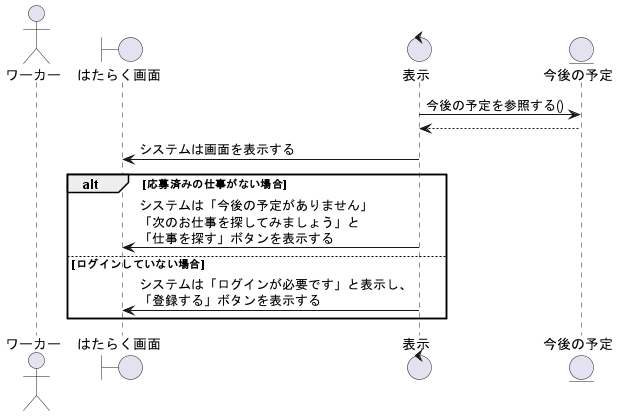
Before: out/sequence_fig/5_work_fn/1_今後の予定を閲覧する/今後の予定を閲覧する.png, a diagram exported from PlantUML (irukacb256/high_Me).
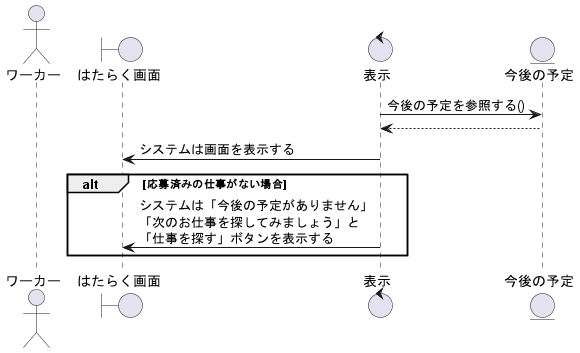
Later version of the same file.

Change to the diagram source:
```diff
@@ -12,8 +12,6 @@
 alt 応募済みの仕事がない場合
     co1 -> wk1 : システムは「今後の予定がありません」\n「次のお仕事を探してみましょう」と\n「仕事を探す」ボタンを表示する
 
-else ログインしていない場合
-    co1 -> wk1 : システムは「ログインが必要です」と表示し、\n「登録する」ボタンを表示する
 
 end
 
```
